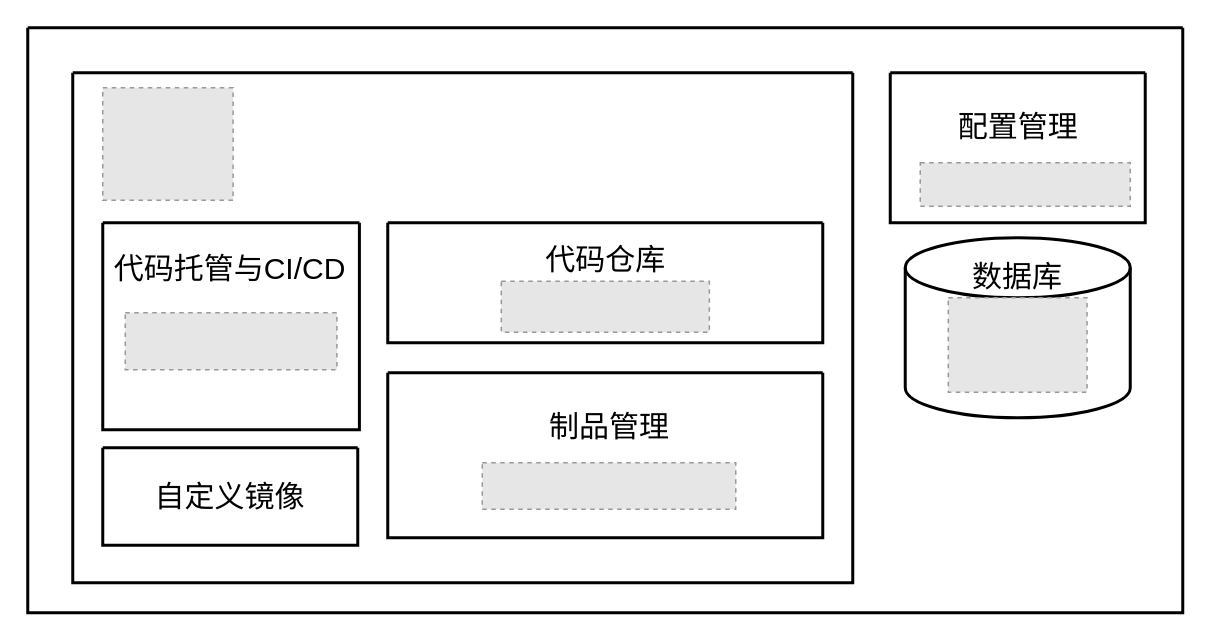
This is page "平台架构2" (2 of 19) of 发布中心.drawio from GorgeousU/draw.io, a draw.io file, before an edit. Source tidied: cells renumbered, new cells numbered last; positions are measured from the earlier drawing's top-left corner, leaving out a move shared by most shapes. Both pictures are drawn from the tidied source at 150%, with x=0, y=0 at pixel (27, 27). Pictures stored in the file or linked from it are replaced by grey dashed boxes.
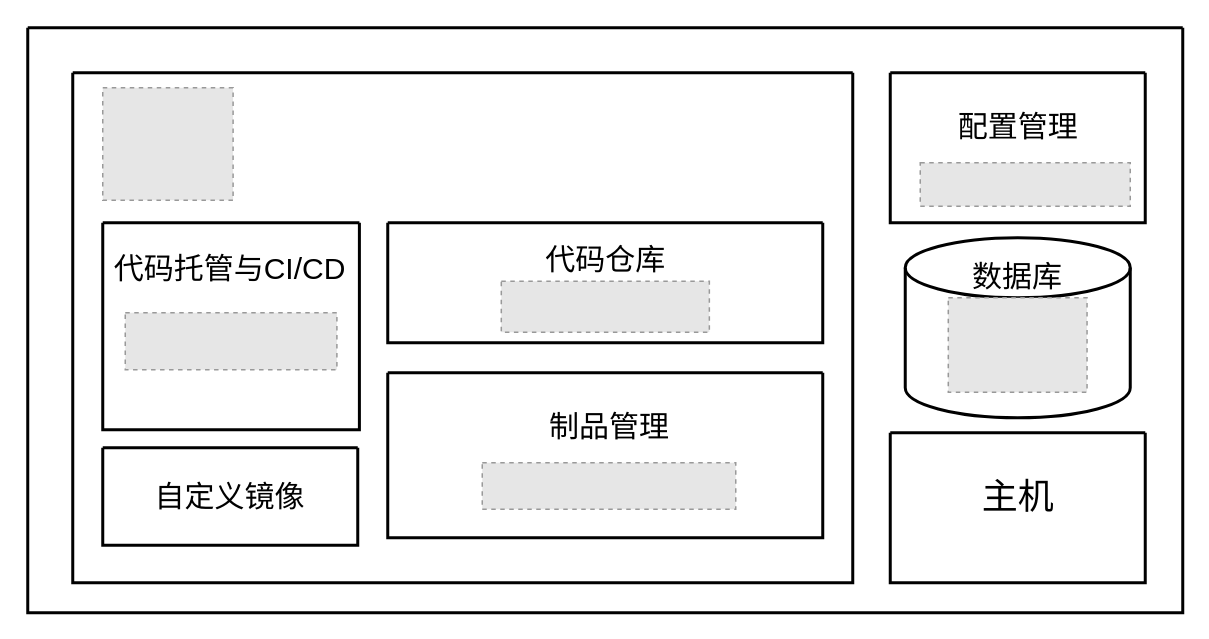
The same page after the edit.

Commit message:
更新发布中心.drawio

Unchanged cells that the change refers to:
```xml
<mxCell id="9" style="swimlane;startSize=0;strokeWidth=2;" parent="1" vertex="1">
  <mxGeometry width="770" height="390" as="geometry" />
</mxCell>
```

Diff of the diagram source:
```diff
@@
+    <mxCell id="23" style="swimlane;startSize=0;strokeWidth=2;" parent="9" vertex="1">
+      <mxGeometry x="575" y="270" width="170" height="100" as="geometry" />
+    </mxCell>
+    <mxCell id="24" value="&lt;font style=&quot;font-size: 24px;&quot;&gt;主机&lt;/font&gt;" style="text;html=1;align=center;verticalAlign=middle;whiteSpace=wrap;rounded=0;strokeWidth=2;" parent="23" vertex="1">
+      <mxGeometry x="32.5" y="27.5" width="105" height="30" as="geometry" />
+    </mxCell>
```
